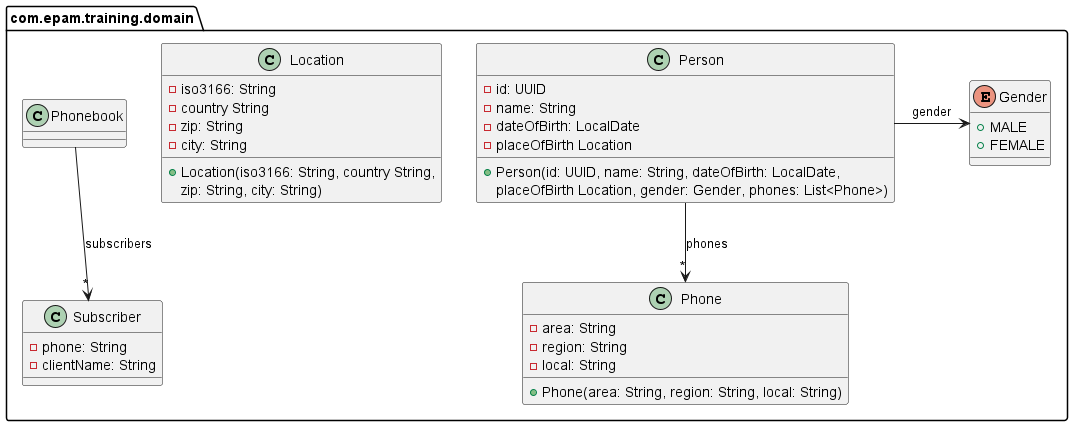
The PlantUML diagram data-format-person/domain.png in epam-java-cre/exercise-specification-images, before a commit. Its diagram source:
```plantuml
@startuml
set separator none
package com.epam.training.domain {
    class Person {
        - id: UUID
        - name: String
        - dateOfBirth: LocalDate
        - placeOfBirth Location
        + Person(id: UUID, name: String, dateOfBirth: LocalDate,
            placeOfBirth Location, gender: Gender, phones: List<Phone>)
    }
    Person -> Gender: gender
    Person -d-> "*" Phone: phones

    enum Gender {
        + MALE
        + FEMALE
    }

    class Location {
        - iso3166: String
        - country String
        - zip: String
        - city: String
        + Location(iso3166: String, country String,
            zip: String, city: String)
    }

    class Phone {
        - area: String
        - region: String
        - local: String
        + Phone(area: String, region: String, local: String)
    }

    class Phonebook {
    }
    Phonebook -d-> "*" Subscriber: subscribers

    class Subscriber {
        - phone: String
        - clientName: String
    }
}
@enduml
```
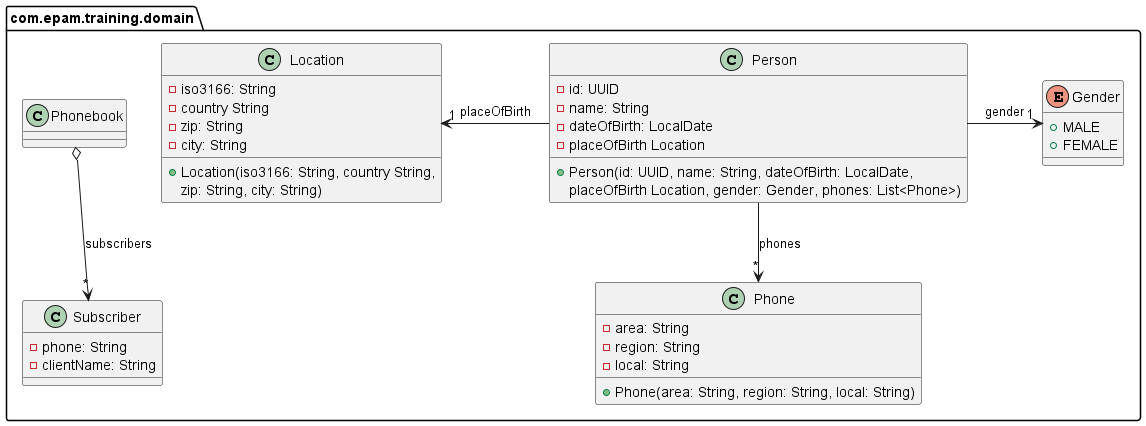
Above is the later version.

Commit message:
domain diagram fix

The edit, as a diff of the source:
```diff
@@ -9,8 +9,9 @@
         + Person(id: UUID, name: String, dateOfBirth: LocalDate,
             placeOfBirth Location, gender: Gender, phones: List<Phone>)
     }
-    Person -> Gender: gender
+    Person -> "1" Gender: gender
     Person -d-> "*" Phone: phones
+    Person -l-> "1" Location: placeOfBirth
 
     enum Gender {
         + MALE
@@ -35,7 +36,7 @@
 
     class Phonebook {
     }
-    Phonebook -d-> "*" Subscriber: subscribers
+    Phonebook o-d-> "*" Subscriber: subscribers
 
     class Subscriber {
         - phone: String
```
